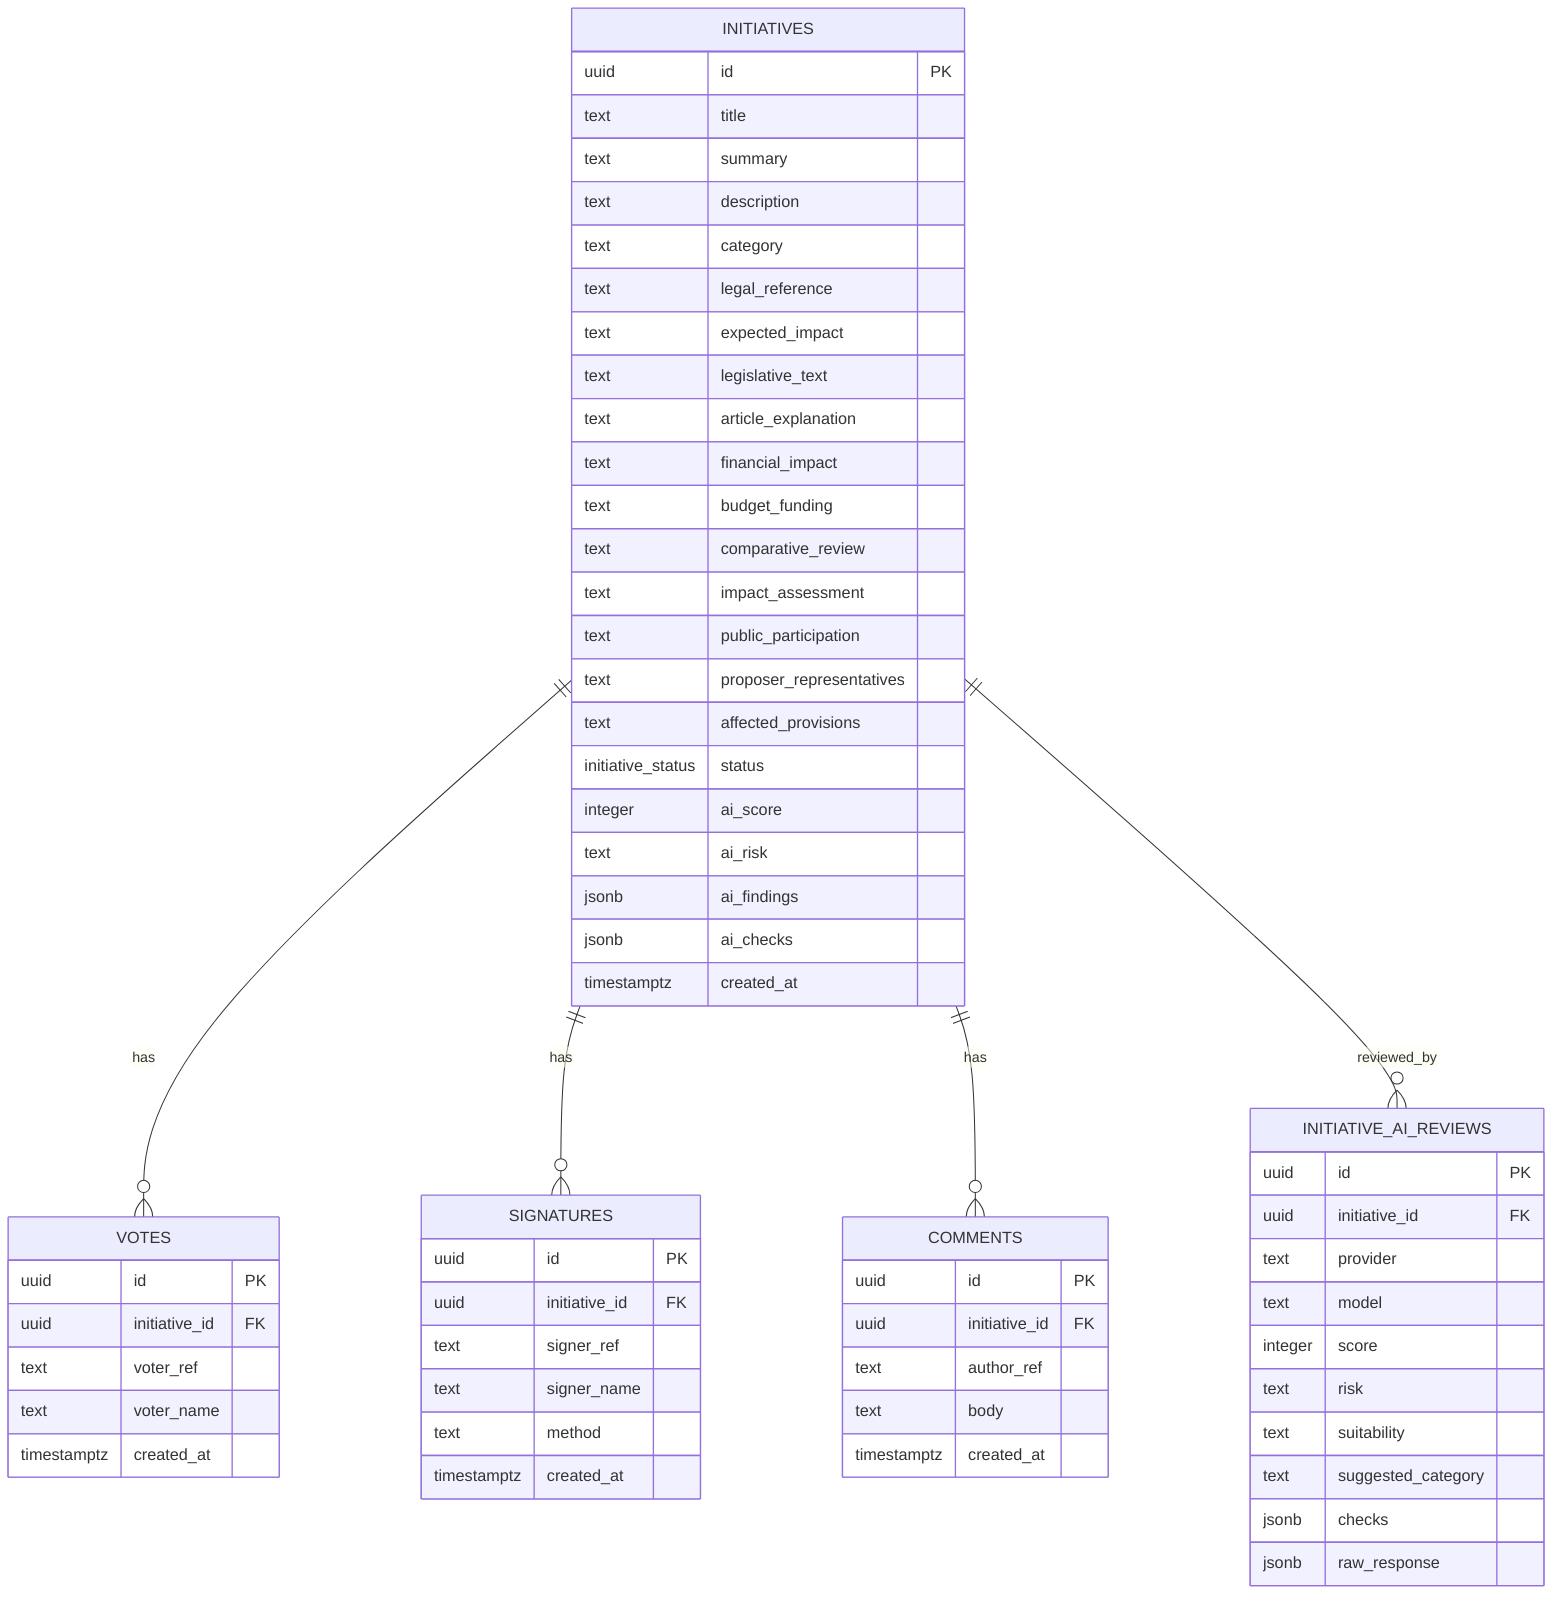
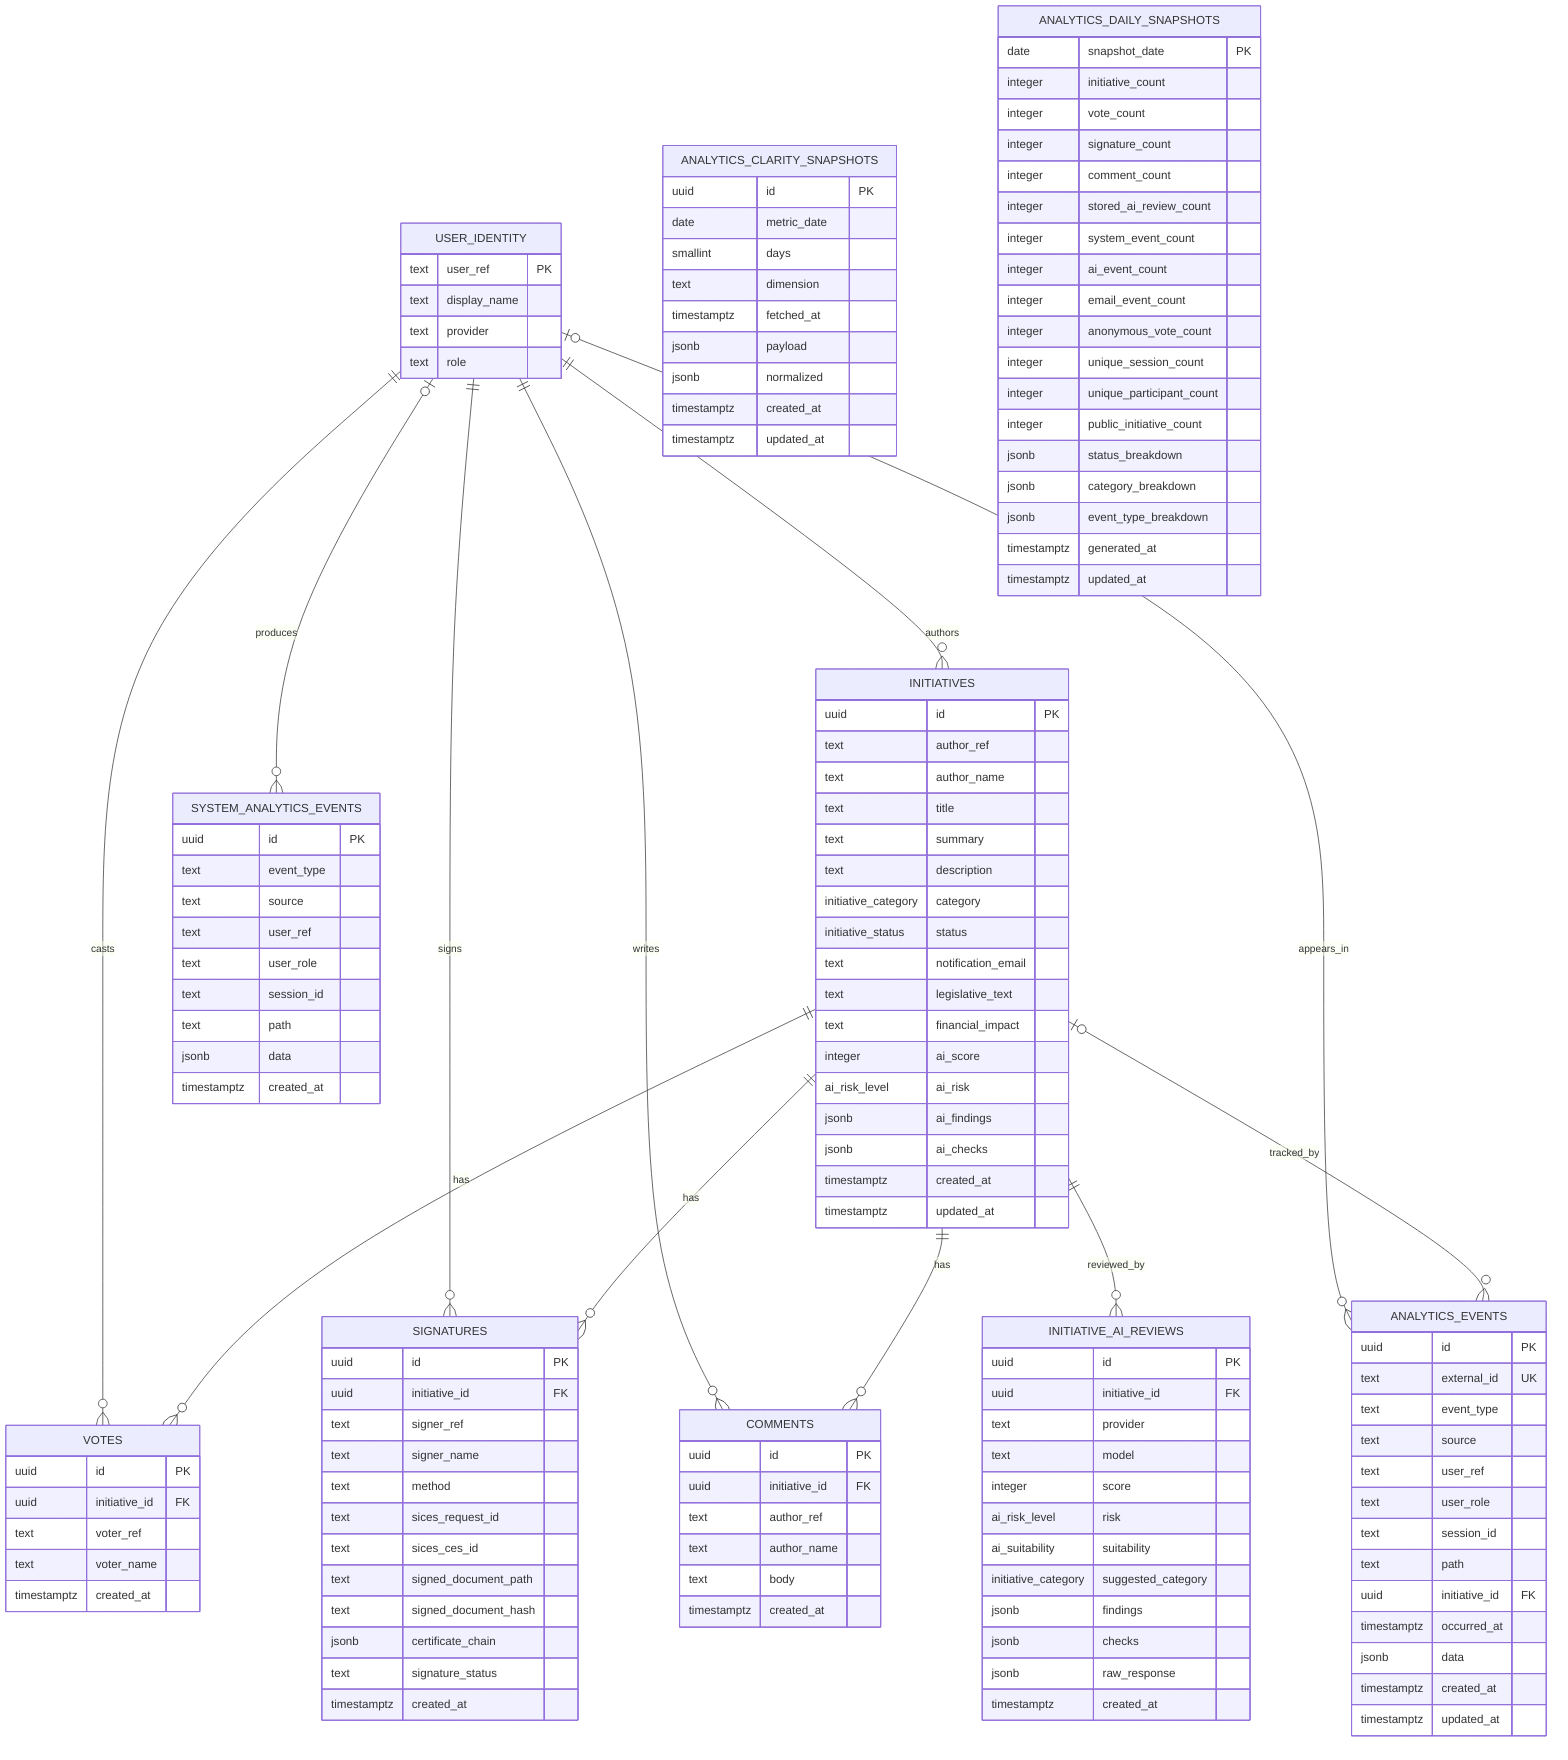
erDiagram
+   %% USER_IDENTITY je konceptualni identifikator uporabnika, ne fizicna Supabase tabela.
+   USER_IDENTITY ||--o{ INITIATIVES : authors
+   USER_IDENTITY ||--o{ VOTES : casts
+   USER_IDENTITY ||--o{ SIGNATURES : signs
+   USER_IDENTITY ||--o{ COMMENTS : writes
+   USER_IDENTITY o|--o{ SYSTEM_ANALYTICS_EVENTS : produces
+   USER_IDENTITY o|--o{ ANALYTICS_EVENTS : appears_in
  INITIATIVES ||--o{ VOTES : has
  INITIATIVES ||--o{ SIGNATURES : has
  INITIATIVES ||--o{ COMMENTS : has
  INITIATIVES ||--o{ INITIATIVE_AI_REVIEWS : reviewed_by
+   INITIATIVES o|--o{ ANALYTICS_EVENTS : tracked_by
+ 
+   USER_IDENTITY {
+     text user_ref PK
+     text display_name
+     text provider
+     text role
+   }

  INITIATIVES {
    uuid id PK
+     text author_ref
+     text author_name
    text title
    text summary
    text description
-     text category
-     text legal_reference
-     text expected_impact
+     initiative_category category
+     initiative_status status
+     text notification_email
    text legislative_text
-     text article_explanation
    text financial_impact
-     text budget_funding
-     text comparative_review
-     text impact_assessment
-     text public_participation
-     text proposer_representatives
-     text affected_provisions
-     initiative_status status
    integer ai_score
-     text ai_risk
+     ai_risk_level ai_risk
    jsonb ai_findings
    jsonb ai_checks
    timestamptz created_at
+     timestamptz updated_at
  }

  VOTES {
    uuid id PK
    uuid initiative_id FK
    text voter_ref
    text voter_name
    timestamptz created_at
  }

  SIGNATURES {
    uuid id PK
    uuid initiative_id FK
    text signer_ref
    text signer_name
    text method
+     text sices_request_id
+     text sices_ces_id
+     text signed_document_path
+     text signed_document_hash
+     jsonb certificate_chain
+     text signature_status
    timestamptz created_at
  }

  COMMENTS {
    uuid id PK
    uuid initiative_id FK
    text author_ref
+     text author_name
    text body
    timestamptz created_at
  }

  INITIATIVE_AI_REVIEWS {
    uuid id PK
    uuid initiative_id FK
    text provider
    text model
    integer score
-     text risk
-     text suitability
-     text suggested_category
+     ai_risk_level risk
+     ai_suitability suitability
+     initiative_category suggested_category
+     jsonb findings
    jsonb checks
    jsonb raw_response
+     timestamptz created_at
  }
+ 
+   SYSTEM_ANALYTICS_EVENTS {
+     uuid id PK
+     text event_type
+     text source
+     text user_ref
+     text user_role
+     text session_id
+     text path
+     jsonb data
+     timestamptz created_at
+   }
+ 
+   ANALYTICS_EVENTS {
+     uuid id PK
+     text external_id UK
+     text event_type
+     text source
+     text user_ref
+     text user_role
+     text session_id
+     text path
+     uuid initiative_id FK
+     timestamptz occurred_at
+     jsonb data
+     timestamptz created_at
+     timestamptz updated_at
+   }
+ 
+   ANALYTICS_CLARITY_SNAPSHOTS {
+     uuid id PK
+     date metric_date
+     smallint days
+     text dimension
+     timestamptz fetched_at
+     jsonb payload
+     jsonb normalized
+     timestamptz created_at
+     timestamptz updated_at
+   }
+ 
+   ANALYTICS_DAILY_SNAPSHOTS {
+     date snapshot_date PK
+     integer initiative_count
+     integer vote_count
+     integer signature_count
+     integer comment_count
+     integer stored_ai_review_count
+     integer system_event_count
+     integer ai_event_count
+     integer email_event_count
+     integer anonymous_vote_count
+     integer unique_session_count
+     integer unique_participant_count
+     integer public_initiative_count
+     jsonb status_breakdown
+     jsonb category_breakdown
+     jsonb event_type_breakdown
+     timestamptz generated_at
+     timestamptz updated_at
+   }
